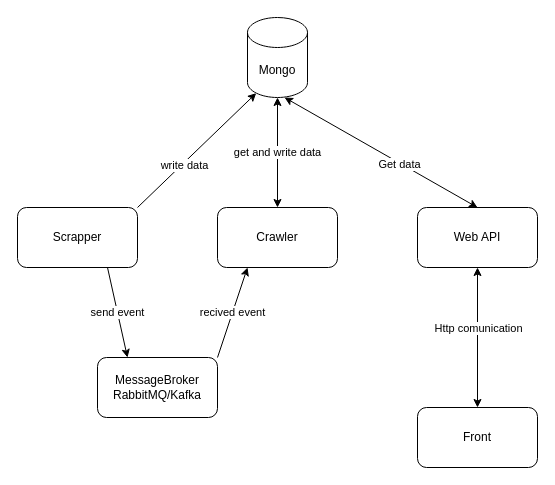
Before: diagrams/architecture.drawio in flapek/programmingProject-UE, a draw.io diagram. Source tidied: cells renumbered, new cells numbered last; positions are measured from the earlier drawing's top-left corner, leaving out a move shared by most shapes. Both pictures are drawn from the tidied source at 100%, with x=0, y=0 at pixel (17, 17).
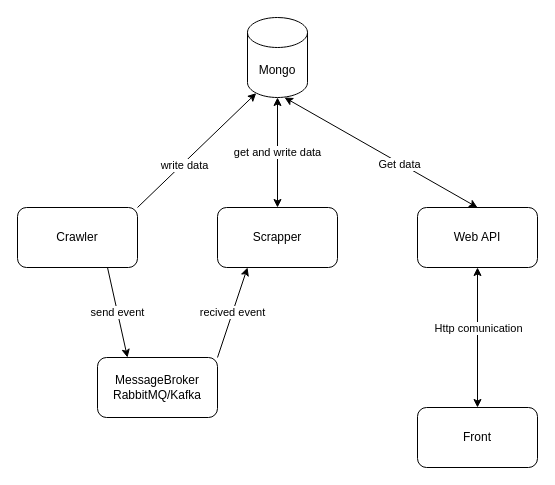
Above is the later version.

Diff of the diagram source:
```diff
@@
 <mxGraphModel>
   <root>
     <mxCell id="0" />
     <mxCell id="1" parent="0" />
     <mxCell id="2" value="Front" style="rounded=1;whiteSpace=wrap;html=1;" parent="1" vertex="1">
       <mxGeometry x="400" y="390" width="120" height="60" as="geometry" />
     </mxCell>
-    <mxCell id="3" value="Scrapper" style="rounded=1;whiteSpace=wrap;html=1;" parent="1" vertex="1">
+    <mxCell id="3" value="Crawler" style="rounded=1;whiteSpace=wrap;html=1;" parent="1" vertex="1">
       <mxGeometry y="190" width="120" height="60" as="geometry" />
     </mxCell>
-    <mxCell id="4" value="Crawler" style="rounded=1;whiteSpace=wrap;html=1;" parent="1" vertex="1">
+    <mxCell id="4" value="Scrapper" style="rounded=1;whiteSpace=wrap;html=1;" parent="1" vertex="1">
       <mxGeometry x="200" y="190" width="120" height="60" as="geometry" />
     </mxCell>
     <mxCell id="5" value="Web API" style="rounded=1;whiteSpace=wrap;html=1;" parent="1" vertex="1">
       <mxGeometry x="400" y="190" width="120" height="60" as="geometry" />
     </mxCell>
     <mxCell id="6" value="Mongo" style="shape=cylinder3;whiteSpace=wrap;html=1;boundedLbl=1;backgroundOutline=1;size=15;" parent="1" vertex="1">
       <mxGeometry x="230" width="60" height="80" as="geometry" />
     </mxCell>
     <mxCell id="7" value="MessageBroker&lt;br&gt;RabbitMQ/Kafka" style="rounded=1;whiteSpace=wrap;html=1;" parent="1" vertex="1">
       <mxGeometry x="80" y="340" width="120" height="60" as="geometry" />
     </mxCell>
     <mxCell id="8" value="send event" style="edgeStyle=none;html=1;exitX=0.75;exitY=1;exitDx=0;exitDy=0;entryX=0.25;entryY=0;entryDx=0;entryDy=0;shadow=0;" parent="1" edge="1" source="3" target="7">
       <mxGeometry relative="1" as="geometry" />
     </mxCell>
     <mxCell id="9" style="endArrow=classic;html=1;shadow=0;exitX=1;exitY=0;exitDx=0;exitDy=0;entryX=0.145;entryY=1;entryDx=0;entryDy=-4.35;entryPerimeter=0;startArrow=none;startFill=0;endFill=1;" parent="1" edge="1" source="3" target="6">
       <mxGeometry relative="1" as="geometry" />
     </mxCell>
     <mxCell id="10" value="write data" style="edgeLabel;html=1;align=center;verticalAlign=middle;" parent="9" vertex="1">
       <mxGeometry x="-0.24" y="-2" relative="1" as="geometry" />
     </mxCell>
     <mxCell id="11" value="recived event" style="edgeStyle=none;html=1;exitX=1;exitY=0;exitDx=0;exitDy=0;shadow=0;entryX=0.25;entryY=1;entryDx=0;entryDy=0;" parent="1" edge="1" source="7" target="4">
       <mxGeometry relative="1" as="geometry" />
     </mxCell>
     <mxCell id="12" value="get and write data" style="endArrow=classic;html=1;shadow=0;exitX=0.5;exitY=0;exitDx=0;exitDy=0;entryX=0.5;entryY=1;entryDx=0;entryDy=0;entryPerimeter=0;startArrow=classic;startFill=1;endFill=1;" parent="1" edge="1" source="4" target="6">
       <mxGeometry relative="1" as="geometry" />
     </mxCell>
     <mxCell id="13" style="endArrow=classic;html=1;shadow=0;exitX=0.617;exitY=1;exitDx=0;exitDy=0;entryX=0.5;entryY=0;entryDx=0;entryDy=0;exitPerimeter=0;startArrow=classic;startFill=1;endFill=1;" parent="1" edge="1" source="6" target="5">
       <mxGeometry relative="1" as="geometry" />
     </mxCell>
     <mxCell id="14" value="Get data" style="edgeLabel;html=1;align=center;verticalAlign=middle;" parent="13" vertex="1">
       <mxGeometry x="0.19" y="-1" relative="1" as="geometry" />
     </mxCell>
     <mxCell id="15" style="endArrow=classic;startArrow=classic;html=1;shadow=0;entryX=0.5;entryY=1;entryDx=0;entryDy=0;exitX=0.5;exitY=0;exitDx=0;exitDy=0;" parent="1" edge="1" source="2" target="5">
       <mxGeometry relative="1" as="geometry" />
     </mxCell>
     <mxCell id="16" value="Http comunication" style="edgeLabel;html=1;align=center;verticalAlign=middle;" parent="15" vertex="1">
       <mxGeometry x="-0.2" y="-3" relative="1" as="geometry">
         <mxPoint x="-3" y="-24" as="offset" />
       </mxGeometry>
     </mxCell>
   </root>
 </mxGraphModel>
```
